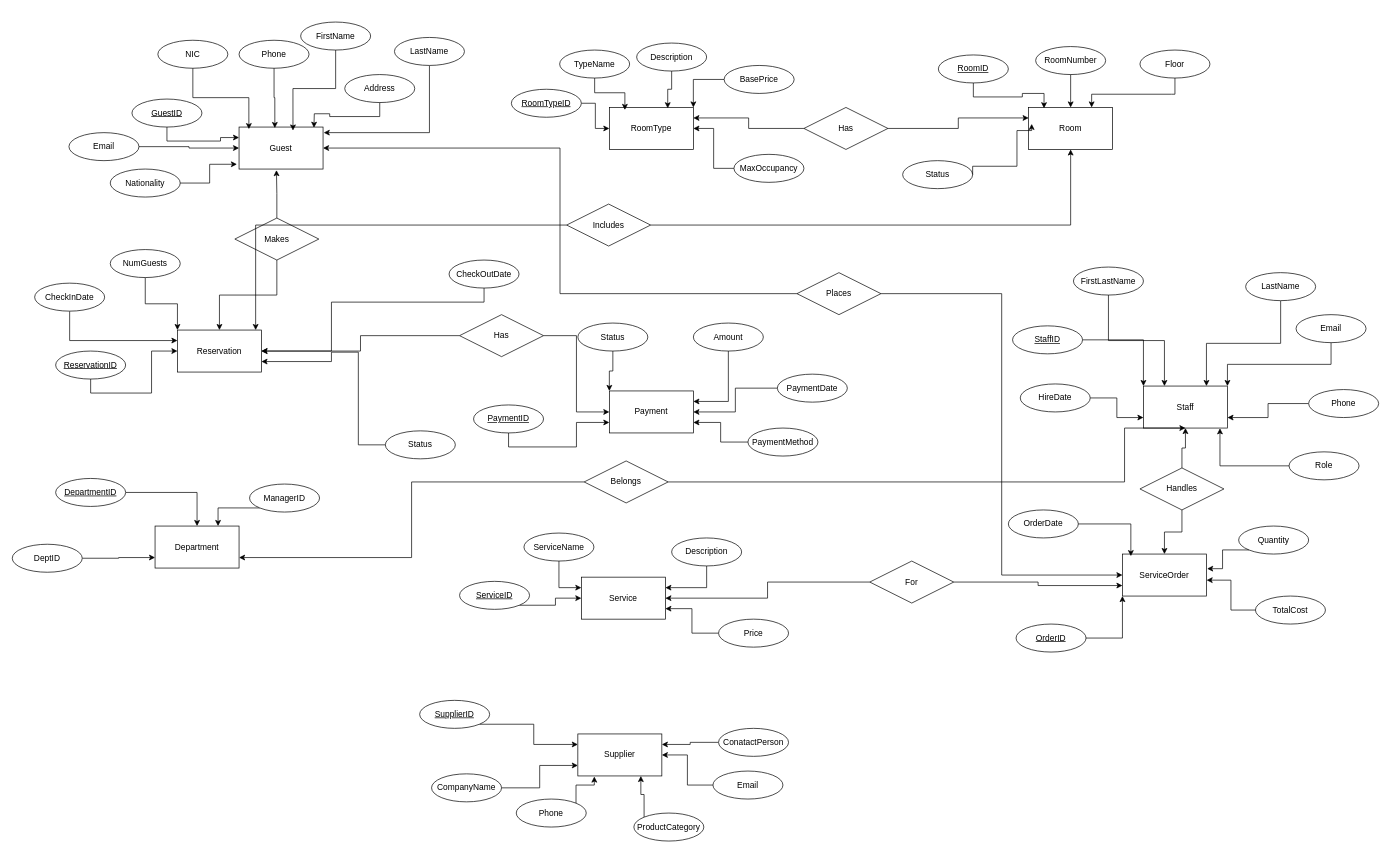
This is ER Diagram.drawio from ashfaqjareed/ShangriLa-Hotel-CW, a draw.io file, before an edit. Source tidied: cells renumbered, new cells numbered last; positions are measured from the earlier drawing's top-left corner, leaving out a move shared by most shapes. Both pictures are drawn from the tidied source at 70%, with x=0, y=0 at pixel (12, 22).
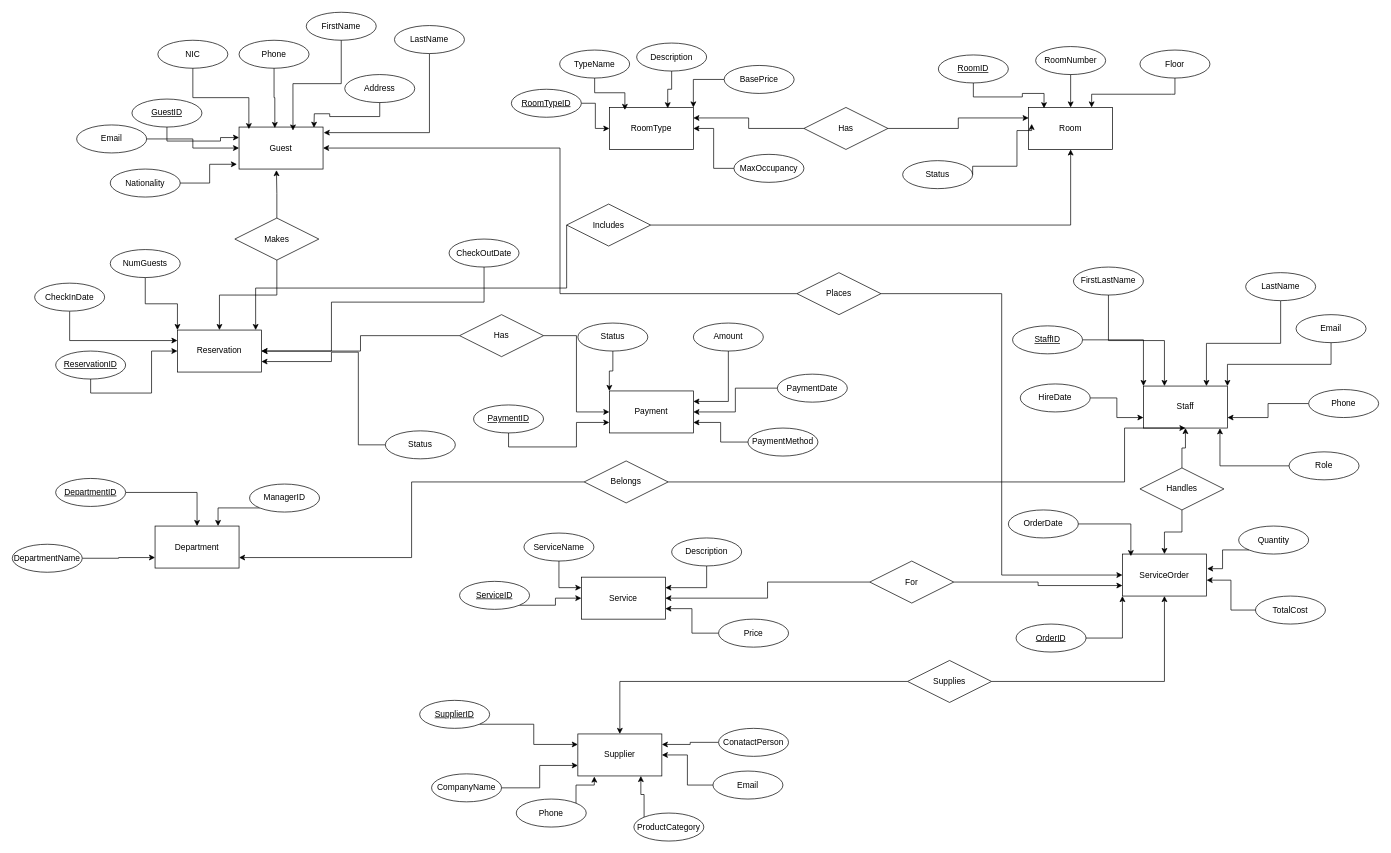
The same page after the edit.

The change refers to these unchanged cells:
```xml
<mxCell id="5" value="Reservation" style="rounded=0;whiteSpace=wrap;html=1;" parent="1" vertex="1">
  <mxGeometry x="236" y="440" width="120" height="60" as="geometry" />
</mxCell>
<mxCell id="10" value="Supplier" style="rounded=0;whiteSpace=wrap;html=1;" parent="1" vertex="1">
  <mxGeometry x="808" y="1017" width="120" height="60" as="geometry" />
</mxCell>
<mxCell id="11" value="ServiceOrder" style="rounded=0;whiteSpace=wrap;html=1;" parent="1" vertex="1">
  <mxGeometry x="1586" y="760" width="120" height="60" as="geometry" />
</mxCell>
<mxCell id="121" value="Includes" style="shape=rhombus;perimeter=rhombusPerimeter;whiteSpace=wrap;html=1;align=center;" parent="1" vertex="1">
  <mxGeometry x="792" y="260" width="120" height="60" as="geometry" />
</mxCell>
```

Change to the diagram source:
```diff
@@
     <mxCell id="12" value="FirstName" style="ellipse;whiteSpace=wrap;html=1;align=center;" parent="1" vertex="1">
-      <mxGeometry x="412" width="100" height="40" as="geometry" />
+      <mxGeometry x="420" y="-14" width="100" height="40" as="geometry" />
     </mxCell>
@@
     <mxCell id="16" value="LastName" style="ellipse;whiteSpace=wrap;html=1;align=center;" parent="1" vertex="1">
-      <mxGeometry x="546" y="22" width="100" height="40" as="geometry" />
+      <mxGeometry x="546" y="5" width="100" height="40" as="geometry" />
     </mxCell>
@@
     <mxCell id="27" value="Email" style="ellipse;whiteSpace=wrap;html=1;align=center;" parent="1" vertex="1">
-      <mxGeometry x="81" y="158" width="100" height="40" as="geometry" />
+      <mxGeometry x="92" y="147" width="100" height="40" as="geometry" />
     </mxCell>
@@
     <mxCell id="51" value="CheckOutDate" style="ellipse;whiteSpace=wrap;html=1;align=center;" parent="1" vertex="1">
-      <mxGeometry x="624" y="340" width="100" height="40" as="geometry" />
+      <mxGeometry x="624" y="310" width="100" height="40" as="geometry" />
     </mxCell>
@@
-    <mxCell id="81" value="DeptID" style="ellipse;whiteSpace=wrap;html=1;align=center;" parent="1" vertex="1">
+    <mxCell id="81" value="DepartmentName" style="ellipse;whiteSpace=wrap;html=1;align=center;" parent="1" vertex="1">
       <mxGeometry y="746" width="100" height="40" as="geometry" />
     </mxCell>
@@
     <mxCell id="122" style="edgeStyle=orthogonalEdgeStyle;rounded=0;jettySize=auto;html=1;exitX=0;exitY=0.5;exitDx=0;exitDy=0;entryX=0.931;entryY=0;entryDx=0;entryDy=0;entryPerimeter=0;" parent="1" edge="1" source="121" target="5">
-      <mxGeometry relative="1" as="geometry" />
+      <mxGeometry relative="1" as="geometry">
+        <Array as="points">
+          <mxPoint x="792" y="380" />
+          <mxPoint x="347.7" y="380" />
+        </Array>
+      </mxGeometry>
     </mxCell>
@@
+    <mxCell id="138" style="edgeStyle=orthogonalEdgeStyle;rounded=0;jettySize=auto;html=1;exitX=0;exitY=0.5;exitDx=0;exitDy=0;" parent="1" edge="1" source="140" target="10">
+      <mxGeometry relative="1" as="geometry" />
+    </mxCell>
+    <mxCell id="139" style="edgeStyle=orthogonalEdgeStyle;rounded=0;jettySize=auto;html=1;exitX=1;exitY=0.5;exitDx=0;exitDy=0;entryX=0.5;entryY=1;entryDx=0;entryDy=0;" parent="1" edge="1" source="140" target="11">
+      <mxGeometry relative="1" as="geometry" />
+    </mxCell>
+    <mxCell id="140" value="Supplies" style="shape=rhombus;perimeter=rhombusPerimeter;whiteSpace=wrap;html=1;align=center;" parent="1" vertex="1">
+      <mxGeometry x="1279" y="912" width="120" height="60" as="geometry" />
+    </mxCell>
```
